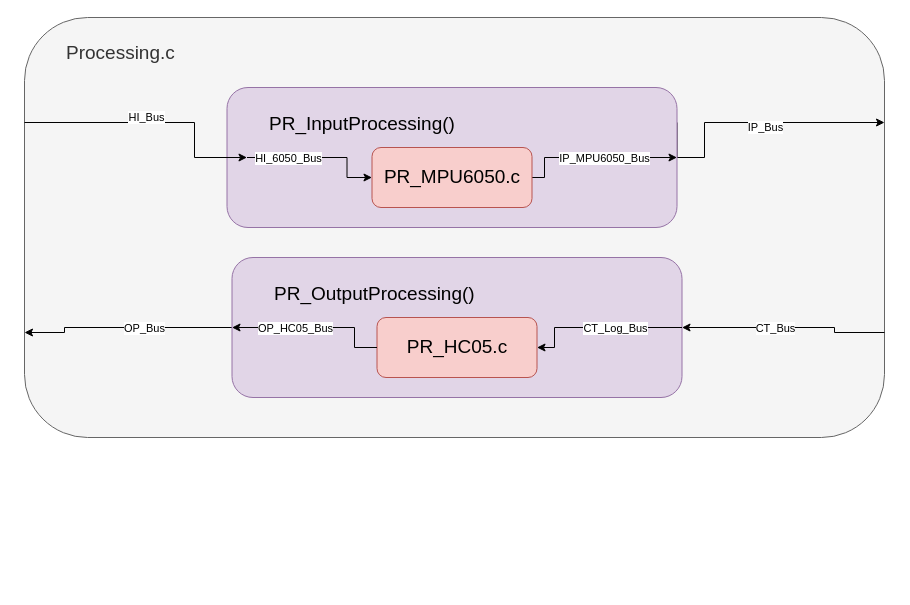
Before: page "Processing" (3 of 4) of Resources/BlockDiagrams/STM32_Reaction_Wheel_Architecture.drawio in austynloehr/stm32_reaction_wheel, a draw.io diagram. Source tidied: cells renumbered, new cells numbered last; positions are measured from the earlier drawing's top-left corner, leaving out a move shared by most shapes. Both pictures are drawn from the tidied source at 100%, with x=0, y=0 at pixel (24, 17).
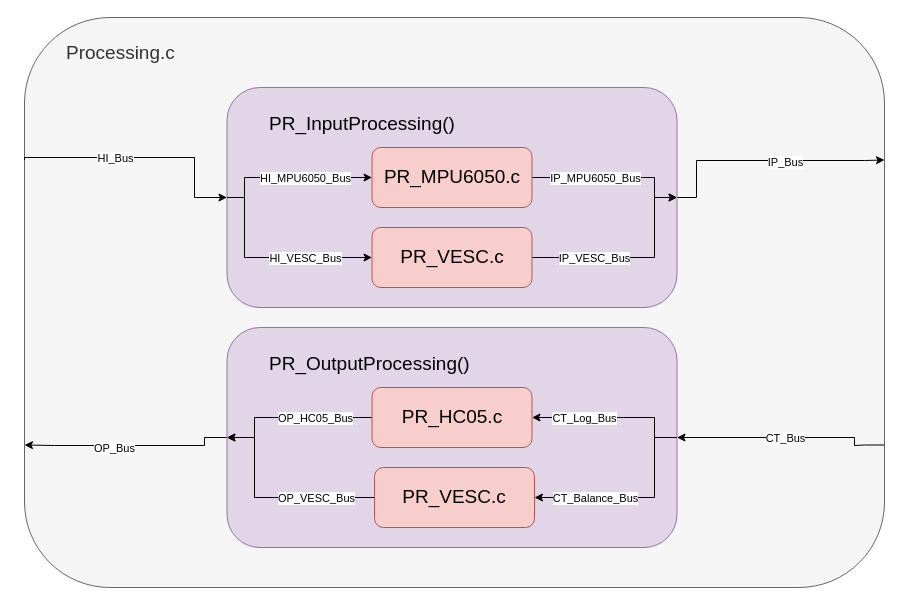
Above is the later version.

Unchanged cells that the change refers to:
```xml
<mxCell id="9" value="PR_MPU6050.c" style="rounded=1;whiteSpace=wrap;html=1;fillColor=#f8cecc;strokeColor=#b85450;fontSize=19;" parent="1" vertex="1">
  <mxGeometry x="347.5" y="130" width="160" height="60" as="geometry" />
</mxCell>
```

The edit, as a diff of the source:
```diff
@@
     <mxCell id="3" value="&lt;blockquote style=&quot;font-size: 18px;&quot;&gt;&lt;font style=&quot;font-size: 19px;&quot;&gt;Processing.c&lt;/font&gt;&lt;/blockquote&gt;" style="rounded=1;whiteSpace=wrap;html=1;fillColor=#f5f5f5;strokeColor=#666666;align=left;labelPosition=center;verticalLabelPosition=middle;verticalAlign=top;fontColor=#333333;" parent="1" vertex="1">
-      <mxGeometry width="860" height="420" as="geometry" />
+      <mxGeometry width="860" height="570" as="geometry" />
     </mxCell>
-    <mxCell id="4" style="edgeStyle=orthogonalEdgeStyle;rounded=0;jettySize=auto;html=1;exitX=1;exitY=0.25;exitDx=0;exitDy=0;entryX=1;entryY=0.25;entryDx=0;entryDy=0;" parent="1" edge="1" source="6" target="3">
+    <mxCell id="4" style="edgeStyle=orthogonalEdgeStyle;rounded=0;jettySize=auto;html=1;exitX=1;exitY=0.5;exitDx=0;exitDy=0;entryX=1;entryY=0.25;entryDx=0;entryDy=0;" parent="1" edge="1" source="6" target="3">
       <mxGeometry relative="1" as="geometry">
         <Array as="points">
-          <mxPoint x="653" y="140" />
-          <mxPoint x="680" y="140" />
-          <mxPoint x="680" y="105" />
+          <mxPoint x="672" y="180" />
+          <mxPoint x="672" y="143" />
+          <mxPoint x="840" y="143" />
         </Array>
       </mxGeometry>
     </mxCell>
     <mxCell id="5" value="IP_Bus" style="edgeLabel;html=1;align=center;verticalAlign=middle;" parent="4" vertex="1">
-      <mxGeometry x="-0.53" y="-2" relative="1" as="geometry">
-        <mxPoint x="58" y="-28" as="offset" />
+      <mxGeometry x="0.15" y="-1" relative="1" as="geometry">
+        <mxPoint x="4" as="offset" />
       </mxGeometry>
     </mxCell>
     <mxCell id="6" value="&lt;blockquote&gt;PR_InputProcessing()&lt;/blockquote&gt;" style="rounded=1;whiteSpace=wrap;html=1;fillColor=#e1d5e7;strokeColor=#9673a6;fontSize=19;align=left;verticalAlign=top;" parent="1" vertex="1">
-      <mxGeometry x="202.5" y="70" width="450" height="140" as="geometry" />
+      <mxGeometry x="202.5" y="70" width="450" height="220" as="geometry" />
     </mxCell>
     <mxCell id="7" style="edgeStyle=orthogonalEdgeStyle;rounded=0;jettySize=auto;html=1;exitX=1;exitY=0.5;exitDx=0;exitDy=0;entryX=1;entryY=0.5;entryDx=0;entryDy=0;" parent="1" edge="1" source="9" target="6">
       <mxGeometry relative="1" as="geometry">
         <Array as="points">
-          <mxPoint x="520" y="160" />
-          <mxPoint x="520" y="140" />
+          <mxPoint x="630" y="160" />
+          <mxPoint x="630" y="180" />
         </Array>
       </mxGeometry>
     </mxCell>
     <mxCell id="8" value="IP_MPU6050_Bus" style="edgeLabel;html=1;align=center;verticalAlign=middle;" parent="7" vertex="1">
       <mxGeometry x="-0.15" y="1" relative="1" as="geometry">
-        <mxPoint x="22" y="1" as="offset" />
+        <mxPoint x="-7" y="1" as="offset" />
       </mxGeometry>
     </mxCell>
@@
-    <mxCell id="10" style="edgeStyle=orthogonalEdgeStyle;rounded=0;jettySize=auto;html=1;exitX=0;exitY=0.25;exitDx=0;exitDy=0;" parent="1" edge="1" source="3">
+    <mxCell id="10" style="edgeStyle=orthogonalEdgeStyle;rounded=0;jettySize=auto;html=1;exitX=0;exitY=0.25;exitDx=0;exitDy=0;entryX=0;entryY=0.5;entryDx=0;entryDy=0;" parent="1" edge="1" source="3" target="6">
       <mxGeometry relative="1" as="geometry">
-        <mxPoint x="222.5" y="140" as="targetPoint" />
         <Array as="points">
-          <mxPoint x="170" y="105" />
+          <mxPoint y="140" />
           <mxPoint x="170" y="140" />
+          <mxPoint x="170" y="180" />
         </Array>
       </mxGeometry>
     </mxCell>
     <mxCell id="11" value="HI_Bus" style="edgeLabel;html=1;align=center;verticalAlign=middle;" parent="10" vertex="1">
       <mxGeometry x="-0.04" y="-1" relative="1" as="geometry">
-        <mxPoint x="-3" y="-6" as="offset" />
+        <mxPoint x="-25" y="-1" as="offset" />
       </mxGeometry>
     </mxCell>
-    <mxCell id="12" style="edgeStyle=orthogonalEdgeStyle;rounded=0;jettySize=auto;html=1;entryX=0;entryY=0.5;entryDx=0;entryDy=0;" parent="1" edge="1" target="9">
-      <mxGeometry relative="1" as="geometry">
-        <mxPoint x="222.5" y="140" as="sourcePoint" />
-        <Array as="points">
-          <mxPoint x="222.5" y="140" />
-          <mxPoint x="322.5" y="140" />
-          <mxPoint x="322.5" y="160" />
-        </Array>
-      </mxGeometry>
-    </mxCell>
-    <mxCell id="13" value="HI_6050_Bus" style="edgeLabel;html=1;align=center;verticalAlign=middle;" parent="12" vertex="1">
-      <mxGeometry x="-0.09" y="-2" relative="1" as="geometry">
-        <mxPoint x="-25" y="-2" as="offset" />
-      </mxGeometry>
-    </mxCell>
     <mxCell id="14" style="edgeStyle=orthogonalEdgeStyle;rounded=0;jettySize=auto;html=1;exitX=0;exitY=0.5;exitDx=0;exitDy=0;entryX=0;entryY=0.75;entryDx=0;entryDy=0;" parent="1" edge="1" source="16" target="3">
       <mxGeometry relative="1" as="geometry">
         <Array as="points">
-          <mxPoint x="40" y="310" />
-          <mxPoint x="40" y="315" />
+          <mxPoint x="180" y="420" />
+          <mxPoint x="180" y="428" />
+          <mxPoint x="30" y="428" />
         </Array>
       </mxGeometry>
     </mxCell>
     <mxCell id="15" value="OP_Bus" style="edgeLabel;html=1;align=center;verticalAlign=middle;" parent="14" vertex="1">
       <mxGeometry x="-0.19" y="-1" relative="1" as="geometry">
-        <mxPoint x="-2" y="1" as="offset" />
+        <mxPoint x="-36" y="3" as="offset" />
       </mxGeometry>
     </mxCell>
     <mxCell id="16" value="&lt;blockquote&gt;PR_OutputProcessing()&lt;/blockquote&gt;" style="rounded=1;whiteSpace=wrap;html=1;fillColor=#e1d5e7;strokeColor=#9673a6;fontSize=19;align=left;verticalAlign=top;" parent="1" vertex="1">
-      <mxGeometry x="207.5" y="240" width="450" height="140" as="geometry" />
+      <mxGeometry x="202.5" y="310" width="450" height="220" as="geometry" />
     </mxCell>
-    <mxCell id="17" value="PR_HC05.c" style="rounded=1;whiteSpace=wrap;html=1;fillColor=#f8cecc;strokeColor=#b85450;fontSize=19;" parent="1" vertex="1">
-      <mxGeometry x="352.5" y="300" width="160" height="60" as="geometry" />
-    </mxCell>
     <mxCell id="18" style="edgeStyle=orthogonalEdgeStyle;rounded=0;jettySize=auto;html=1;exitX=0;exitY=0.5;exitDx=0;exitDy=0;entryX=0;entryY=0.5;entryDx=0;entryDy=0;" parent="1" edge="1" source="17" target="16">
       <mxGeometry relative="1" as="geometry">
         <Array as="points">
-          <mxPoint x="330" y="330" />
-          <mxPoint x="330" y="310" />
+          <mxPoint x="230" y="400" />
+          <mxPoint x="230" y="420" />
         </Array>
       </mxGeometry>
     </mxCell>
     <mxCell id="19" value="OP_HC05_Bus" style="edgeLabel;html=1;align=center;verticalAlign=middle;" parent="18" vertex="1">
-      <mxGeometry x="-0.55" y="1" relative="1" as="geometry">
-        <mxPoint x="-59" y="-5" as="offset" />
+      <mxGeometry x="-0.21" relative="1" as="geometry">
+        <mxPoint x="8" as="offset" />
       </mxGeometry>
     </mxCell>
+    <mxCell id="17" value="PR_HC05.c" style="rounded=1;whiteSpace=wrap;html=1;fillColor=#f8cecc;strokeColor=#b85450;fontSize=19;" parent="1" vertex="1">
+      <mxGeometry x="347.5" y="370" width="160" height="60" as="geometry" />
+    </mxCell>
+    <mxCell id="24" style="edgeStyle=orthogonalEdgeStyle;rounded=0;jettySize=auto;html=1;exitX=1;exitY=0.5;exitDx=0;exitDy=0;entryX=1;entryY=0.5;entryDx=0;entryDy=0;" parent="1" edge="1" source="26" target="6">
+      <mxGeometry relative="1" as="geometry">
+        <Array as="points">
+          <mxPoint x="630" y="240" />
+          <mxPoint x="630" y="180" />
+        </Array>
+      </mxGeometry>
+    </mxCell>
+    <mxCell id="25" value="IP_VESC_Bus" style="edgeLabel;html=1;align=center;verticalAlign=middle;" parent="24" vertex="1">
+      <mxGeometry x="-0.32" y="2" relative="1" as="geometry">
+        <mxPoint x="-8" y="2" as="offset" />
+      </mxGeometry>
+    </mxCell>
+    <mxCell id="26" value="PR_VESC.c" style="rounded=1;whiteSpace=wrap;html=1;fillColor=#f8cecc;strokeColor=#b85450;fontSize=19;" parent="1" vertex="1">
+      <mxGeometry x="347.5" y="210" width="160" height="60" as="geometry" />
+    </mxCell>
+    <mxCell id="27" style="edgeStyle=orthogonalEdgeStyle;rounded=0;jettySize=auto;html=1;exitX=0;exitY=0.5;exitDx=0;exitDy=0;entryX=0;entryY=0.5;entryDx=0;entryDy=0;" parent="1" edge="1" source="6" target="9">
+      <mxGeometry relative="1" as="geometry">
+        <Array as="points">
+          <mxPoint x="220" y="180" />
+          <mxPoint x="220" y="160" />
+        </Array>
+      </mxGeometry>
+    </mxCell>
+    <mxCell id="28" value="HI_MPU6050_Bus" style="edgeLabel;html=1;align=center;verticalAlign=middle;" parent="27" vertex="1">
+      <mxGeometry x="-0.06" relative="1" as="geometry">
+        <mxPoint x="20" as="offset" />
+      </mxGeometry>
+    </mxCell>
+    <mxCell id="29" style="edgeStyle=orthogonalEdgeStyle;rounded=0;jettySize=auto;html=1;exitX=0;exitY=0.5;exitDx=0;exitDy=0;entryX=0;entryY=0.5;entryDx=0;entryDy=0;" parent="1" edge="1" source="6" target="26">
+      <mxGeometry relative="1" as="geometry">
+        <Array as="points">
+          <mxPoint x="220" y="180" />
+          <mxPoint x="220" y="240" />
+        </Array>
+      </mxGeometry>
+    </mxCell>
+    <mxCell id="30" value="HI_VESC_Bus" style="edgeLabel;html=1;align=center;verticalAlign=middle;" parent="29" vertex="1">
+      <mxGeometry x="0.26" y="-1" relative="1" as="geometry">
+        <mxPoint x="9" y="-1" as="offset" />
+      </mxGeometry>
+    </mxCell>
+    <mxCell id="31" style="edgeStyle=orthogonalEdgeStyle;rounded=0;jettySize=auto;html=1;exitX=0;exitY=0.5;exitDx=0;exitDy=0;entryX=0;entryY=0.5;entryDx=0;entryDy=0;" parent="1" edge="1" source="33" target="16">
+      <mxGeometry relative="1" as="geometry">
+        <Array as="points">
+          <mxPoint x="230" y="480" />
+          <mxPoint x="230" y="420" />
+        </Array>
+      </mxGeometry>
+    </mxCell>
+    <mxCell id="32" value="OP_VESC_Bus" style="edgeLabel;html=1;align=center;verticalAlign=middle;" parent="31" vertex="1">
+      <mxGeometry x="-0.36" relative="1" as="geometry">
+        <mxPoint x="7" as="offset" />
+      </mxGeometry>
+    </mxCell>
+    <mxCell id="33" value="PR_VESC.c" style="rounded=1;whiteSpace=wrap;html=1;fillColor=#f8cecc;strokeColor=#b85450;fontSize=19;" parent="1" vertex="1">
+      <mxGeometry x="350" y="450" width="160" height="60" as="geometry" />
+    </mxCell>
     <mxCell id="20" style="edgeStyle=orthogonalEdgeStyle;rounded=0;jettySize=auto;html=1;exitX=1;exitY=0.5;exitDx=0;exitDy=0;entryX=1;entryY=0.5;entryDx=0;entryDy=0;" parent="1" edge="1" source="16" target="17">
       <mxGeometry relative="1" as="geometry">
         <Array as="points">
-          <mxPoint x="530" y="310" />
-          <mxPoint x="530" y="330" />
+          <mxPoint x="630" y="420" />
+          <mxPoint x="630" y="400" />
         </Array>
       </mxGeometry>
     </mxCell>
     <mxCell id="21" value="CT_Log_Bus" style="edgeLabel;html=1;align=center;verticalAlign=middle;" parent="20" vertex="1">
-      <mxGeometry x="-0.23" y="3" relative="1" as="geometry">
-        <mxPoint x="-3" y="-3" as="offset" />
+      <mxGeometry x="0.25" relative="1" as="geometry">
+        <mxPoint x="-10" as="offset" />
       </mxGeometry>
     </mxCell>
+    <mxCell id="34" style="edgeStyle=orthogonalEdgeStyle;rounded=0;jettySize=auto;html=1;exitX=1;exitY=0.5;exitDx=0;exitDy=0;entryX=1;entryY=0.5;entryDx=0;entryDy=0;" parent="1" edge="1" source="16" target="33">
+      <mxGeometry relative="1" as="geometry">
+        <Array as="points">
+          <mxPoint x="630" y="420" />
+          <mxPoint x="630" y="480" />
+        </Array>
+      </mxGeometry>
+    </mxCell>
+    <mxCell id="35" value="CT_Balance_Bus" style="edgeLabel;html=1;align=center;verticalAlign=middle;" parent="34" vertex="1">
+      <mxGeometry x="0.19" y="-1" relative="1" as="geometry">
+        <mxPoint x="-22" y="1" as="offset" />
+      </mxGeometry>
+    </mxCell>
     <mxCell id="22" style="edgeStyle=orthogonalEdgeStyle;rounded=0;jettySize=auto;html=1;exitX=1;exitY=0.75;exitDx=0;exitDy=0;entryX=1;entryY=0.5;entryDx=0;entryDy=0;" parent="1" edge="1" source="3" target="16">
       <mxGeometry relative="1" as="geometry">
         <Array as="points">
-          <mxPoint x="810" y="315" />
-          <mxPoint x="810" y="310" />
+          <mxPoint x="840" y="428" />
+          <mxPoint x="830" y="428" />
+          <mxPoint x="830" y="420" />
         </Array>
       </mxGeometry>
     </mxCell>
     <mxCell id="23" value="CT_Bus" style="edgeLabel;html=1;align=center;verticalAlign=middle;" parent="22" vertex="1">
-      <mxGeometry x="-0.27" y="3" relative="1" as="geometry">
-        <mxPoint x="-39" y="-3" as="offset" />
+      <mxGeometry x="-0.18" y="2" relative="1" as="geometry">
+        <mxPoint x="-20" y="-2" as="offset" />
       </mxGeometry>
     </mxCell>
```
